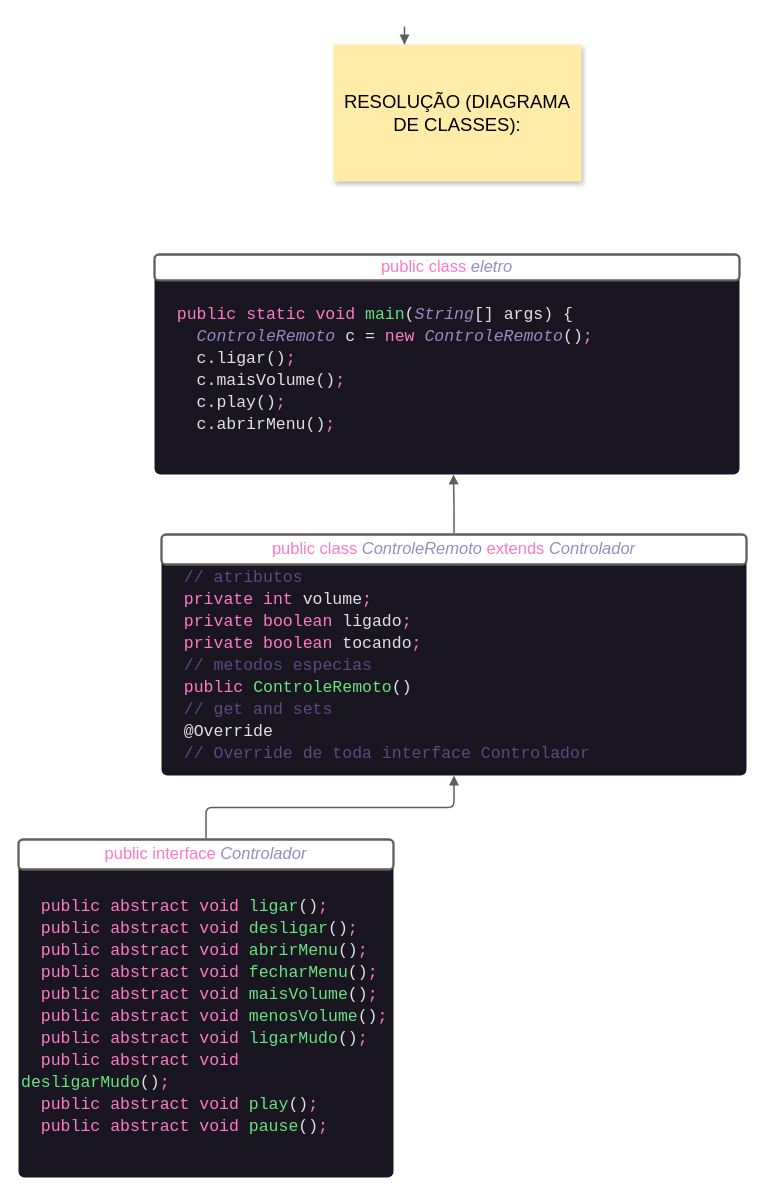
The draw.io diagram ati2/casa/Casa.drawio in ARRETdaniel/Pratica-Prova-Java, before the edit. Source tidied: cells renumbered, new cells numbered last; positions are measured from the earlier drawing's top-left corner, leaving out a move shared by most shapes. Both pictures are drawn from the tidied source at 100%, with x=0, y=0 at pixel (18, 24).
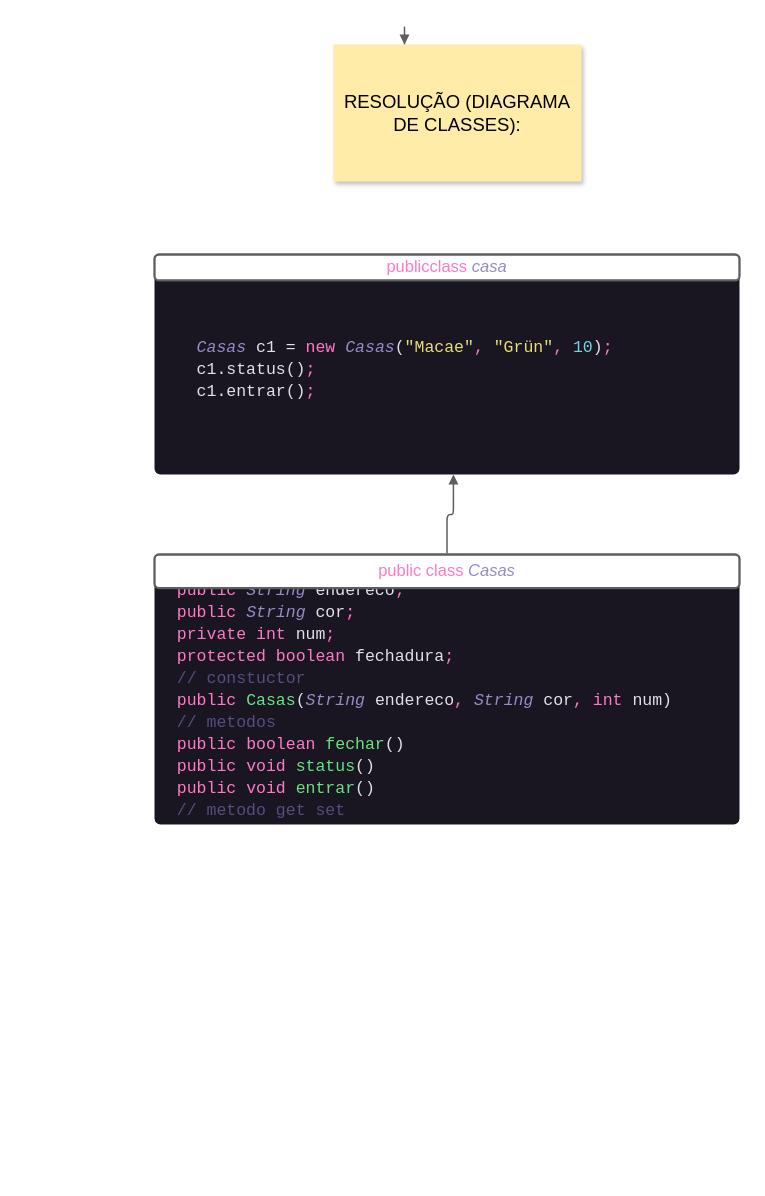
The same diagram, later.

Unchanged cells that the change refers to:
```xml
<mxCell id="6" style="group;" parent="1" vertex="1">
  <mxGeometry x="136" y="230" width="585" height="220" as="geometry" />
</mxCell>
```

Diff of the diagram source:
```diff
@@
     <mxCell id="3" style="group;" parent="1" vertex="1">
-      <mxGeometry x="143" y="510" width="585" height="241" as="geometry" />
+      <mxGeometry x="136" y="530" width="585" height="270" as="geometry" />
     </mxCell>
-    <mxCell id="4" value="&lt;div style=&quot;display: flex ; justify-content: flex-start ; align-items: baseline ; font-size: 0px ; line-height: 1.25 ; margin-top: -2px&quot;&gt;&lt;span&gt;&lt;div style=&quot;color: rgb(225 , 225 , 230) ; background-color: rgb(25 , 22 , 34) ; font-family: &amp;#34;cascadia mono&amp;#34; , &amp;#34;consolas&amp;#34; , &amp;#34;courier new&amp;#34; , monospace ; font-size: 16.5px ; line-height: 22px&quot;&gt;&lt;div style=&quot;font-family: &amp;#34;cascadia mono&amp;#34; , &amp;#34;consolas&amp;#34; , &amp;#34;courier new&amp;#34; , monospace ; line-height: 22px&quot;&gt;&lt;div style=&quot;line-height: 22px&quot;&gt;&lt;div style=&quot;line-height: 22px&quot;&gt;&lt;div style=&quot;line-height: 22px&quot;&gt;&lt;div style=&quot;line-height: 22px&quot;&gt;&lt;div style=&quot;font-family: &amp;#34;cascadia mono&amp;#34; , &amp;#34;consolas&amp;#34; , &amp;#34;courier new&amp;#34; , monospace ; line-height: 22px&quot;&gt;&lt;div&gt;&amp;nbsp; &lt;span style=&quot;color: #5a4b81&quot;&gt;// atributos&lt;/span&gt;&lt;/div&gt;&lt;div&gt;&amp;nbsp; &lt;span style=&quot;color: #ff79c6&quot;&gt;private&lt;/span&gt; &lt;span style=&quot;color: #ff79c6&quot;&gt;int&lt;/span&gt; volume&lt;span style=&quot;color: #ff79c6&quot;&gt;;&lt;/span&gt;&lt;/div&gt;&lt;div&gt;&amp;nbsp; &lt;span style=&quot;color: #ff79c6&quot;&gt;private&lt;/span&gt; &lt;span style=&quot;color: #ff79c6&quot;&gt;boolean&lt;/span&gt; ligado&lt;span style=&quot;color: #ff79c6&quot;&gt;;&lt;/span&gt;&lt;/div&gt;&lt;div&gt;&amp;nbsp; &lt;span style=&quot;color: #ff79c6&quot;&gt;private&lt;/span&gt; &lt;span style=&quot;color: #ff79c6&quot;&gt;boolean&lt;/span&gt; tocando&lt;span style=&quot;color: #ff79c6&quot;&gt;;&lt;/span&gt;&lt;/div&gt;&lt;div&gt;&lt;div style=&quot;font-family: &amp;#34;cascadia mono&amp;#34; , &amp;#34;consolas&amp;#34; , &amp;#34;courier new&amp;#34; , monospace ; line-height: 22px&quot;&gt;&lt;div&gt;&lt;span style=&quot;color: #5a4b81&quot;&gt;&amp;nbsp; // metodos especias&lt;/span&gt;&lt;/div&gt;&lt;div&gt;&amp;nbsp; &lt;span style=&quot;color: #ff79c6&quot;&gt;public&lt;/span&gt; &lt;span style=&quot;color: #67e480&quot;&gt;ControleRemoto&lt;/span&gt;() &lt;/div&gt;&lt;div&gt;&lt;span&gt;&#9;&lt;/span&gt;&lt;span style=&quot;font-family: &amp;#34;cascadia mono&amp;#34; , &amp;#34;consolas&amp;#34; , &amp;#34;courier new&amp;#34; , monospace&quot;&gt;&amp;nbsp; &lt;/span&gt;&lt;span style=&quot;font-family: &amp;#34;cascadia mono&amp;#34; , &amp;#34;consolas&amp;#34; , &amp;#34;courier new&amp;#34; , monospace ; color: rgb(90 , 75 , 129)&quot;&gt;// get and sets&lt;/span&gt;&lt;br&gt;&lt;/div&gt;&lt;div style=&quot;font-family: &amp;#34;cascadia mono&amp;#34; , &amp;#34;consolas&amp;#34; , &amp;#34;courier new&amp;#34; , monospace ; line-height: 22px&quot;&gt;&lt;div&gt;&lt;/div&gt;&lt;/div&gt;&lt;div&gt;&lt;div style=&quot;font-family: &amp;#34;cascadia mono&amp;#34; , &amp;#34;consolas&amp;#34; , &amp;#34;courier new&amp;#34; , monospace ; line-height: 22px&quot;&gt;&amp;nbsp; @Override&lt;br&gt;&lt;span style=&quot;font-family: &amp;#34;cascadia mono&amp;#34; , &amp;#34;consolas&amp;#34; , &amp;#34;courier new&amp;#34; , monospace&quot;&gt;&amp;nbsp;&amp;nbsp;&lt;/span&gt;&lt;span style=&quot;font-family: &amp;#34;cascadia mono&amp;#34; , &amp;#34;consolas&amp;#34; , &amp;#34;courier new&amp;#34; , monospace ; color: rgb(90 , 75 , 129)&quot;&gt;// Override de toda interface Controlador&lt;/span&gt;&lt;br&gt;&lt;/div&gt;&lt;/div&gt;&lt;/div&gt;&lt;/div&gt;&lt;/div&gt;&lt;/div&gt;&lt;/div&gt;&lt;/div&gt;&lt;/div&gt;&lt;/div&gt;&lt;/div&gt;&lt;/span&gt;&lt;/div&gt;" style="html=1;overflow=block;blockSpacing=1;whiteSpace=wrap;whiteSpace=wrap;fontSize=13;fontFamily=Helvetica;spacing=3.8;verticalAlign=middle;strokeOpacity=0;fillOpacity=100;rounded=1;absoluteArcSize=1;arcSize=12;fillColor=#191621;strokeWidth=1.5;align=left;" parent="3" vertex="1">
-      <mxGeometry y="22" width="585" height="219" as="geometry" />
+    <mxCell id="4" value="&lt;div style=&quot;display: flex ; justify-content: flex-start ; align-items: baseline ; font-size: 0px ; line-height: 1.25 ; margin-top: -2px&quot;&gt;&lt;span&gt;&lt;div style=&quot;color: rgb(225 , 225 , 230) ; background-color: rgb(25 , 22 , 34) ; font-family: &amp;#34;cascadia mono&amp;#34; , &amp;#34;consolas&amp;#34; , &amp;#34;courier new&amp;#34; , monospace ; font-size: 16.5px ; line-height: 22px&quot;&gt;&lt;div style=&quot;font-family: &amp;#34;cascadia mono&amp;#34; , &amp;#34;consolas&amp;#34; , &amp;#34;courier new&amp;#34; , monospace ; line-height: 22px&quot;&gt;&lt;div style=&quot;line-height: 22px&quot;&gt;&lt;div style=&quot;line-height: 22px&quot;&gt;&lt;div style=&quot;line-height: 22px&quot;&gt;&lt;div style=&quot;line-height: 22px&quot;&gt;&lt;div style=&quot;font-family: &amp;#34;cascadia mono&amp;#34; , &amp;#34;consolas&amp;#34; , &amp;#34;courier new&amp;#34; , monospace ; line-height: 22px&quot;&gt;&lt;div style=&quot;font-family: &amp;#34;cascadia mono&amp;#34; , &amp;#34;consolas&amp;#34; , &amp;#34;courier new&amp;#34; , monospace ; line-height: 22px&quot;&gt;&lt;div&gt;&amp;nbsp; &lt;span style=&quot;color: #ff79c6&quot;&gt;public&lt;/span&gt; &lt;span style=&quot;color: #988bc7 ; font-style: italic&quot;&gt;String&lt;/span&gt; endereco&lt;span style=&quot;color: #ff79c6&quot;&gt;;&lt;/span&gt;&lt;/div&gt;&lt;div&gt;&amp;nbsp; &lt;span style=&quot;color: #ff79c6&quot;&gt;public&lt;/span&gt; &lt;span style=&quot;color: #988bc7 ; font-style: italic&quot;&gt;String&lt;/span&gt; cor&lt;span style=&quot;color: #ff79c6&quot;&gt;;&lt;/span&gt;&lt;/div&gt;&lt;div&gt;&amp;nbsp; &lt;span style=&quot;color: #ff79c6&quot;&gt;private&lt;/span&gt; &lt;span style=&quot;color: #ff79c6&quot;&gt;int&lt;/span&gt; num&lt;span style=&quot;color: #ff79c6&quot;&gt;;&lt;/span&gt;&lt;/div&gt;&lt;div&gt;&amp;nbsp; &lt;span style=&quot;color: #ff79c6&quot;&gt;protected&lt;/span&gt; &lt;span style=&quot;color: #ff79c6&quot;&gt;boolean&lt;/span&gt; fechadura&lt;span style=&quot;color: #ff79c6&quot;&gt;;&lt;/span&gt;&lt;/div&gt;&lt;div&gt;&lt;div&gt;&lt;div style=&quot;line-height: 22px&quot;&gt;&lt;span style=&quot;color: rgb(90 , 75 , 129)&quot;&gt;&amp;nbsp; // constuctor&lt;/span&gt;&lt;/div&gt;&lt;/div&gt;&lt;div style=&quot;line-height: 22px&quot;&gt;&lt;div style=&quot;font-family: &amp;#34;cascadia mono&amp;#34; , &amp;#34;consolas&amp;#34; , &amp;#34;courier new&amp;#34; , monospace ; line-height: 22px&quot;&gt;&lt;/div&gt;&lt;/div&gt;&lt;/div&gt;&lt;div&gt;&lt;div style=&quot;line-height: 22px&quot;&gt;&amp;nbsp;&amp;nbsp;&lt;span style=&quot;color: #ff79c6&quot;&gt;public&lt;/span&gt; &lt;span style=&quot;color: #67e480&quot;&gt;Casas&lt;/span&gt;(&lt;span style=&quot;color: #988bc7 ; font-style: italic&quot;&gt;String&lt;/span&gt; endereco&lt;span style=&quot;color: #ff79c6&quot;&gt;,&lt;/span&gt; &lt;span style=&quot;color: #988bc7 ; font-style: italic&quot;&gt;String&lt;/span&gt; cor&lt;span style=&quot;color: #ff79c6&quot;&gt;,&lt;/span&gt; &lt;span style=&quot;color: #ff79c6&quot;&gt;int&lt;/span&gt; num)&amp;nbsp;&lt;/div&gt;&lt;/div&gt;&lt;div style=&quot;line-height: 22px&quot;&gt;&lt;div style=&quot;font-family: &amp;#34;cascadia mono&amp;#34; , &amp;#34;consolas&amp;#34; , &amp;#34;courier new&amp;#34; , monospace ; line-height: 22px&quot;&gt;&lt;div&gt;&lt;span style=&quot;color: #5a4b81&quot;&gt;&amp;nbsp; // metodos&lt;/span&gt;&lt;/div&gt;&lt;div&gt;&amp;nbsp; &lt;span style=&quot;color: #ff79c6&quot;&gt;public&lt;/span&gt; &lt;span style=&quot;color: #ff79c6&quot;&gt;boolean&lt;/span&gt; &lt;span style=&quot;color: #67e480&quot;&gt;fechar&lt;/span&gt;()&lt;/div&gt;&lt;div&gt;&lt;div style=&quot;line-height: 22px&quot;&gt;&lt;span style=&quot;color: #ff79c6&quot;&gt;&amp;nbsp; public&lt;/span&gt; &lt;span style=&quot;color: #ff79c6&quot;&gt;void&lt;/span&gt; &lt;span style=&quot;color: #67e480&quot;&gt;status&lt;/span&gt;()&lt;/div&gt;&lt;/div&gt;&lt;div style=&quot;line-height: 22px&quot;&gt;&lt;div style=&quot;line-height: 22px&quot;&gt;&lt;span style=&quot;color: #ff79c6&quot;&gt;&amp;nbsp; public&lt;/span&gt; &lt;span style=&quot;color: #ff79c6&quot;&gt;void&lt;/span&gt; &lt;span style=&quot;color: #67e480&quot;&gt;entrar&lt;/span&gt;()&lt;/div&gt;&lt;div style=&quot;line-height: 22px&quot;&gt;&lt;div style=&quot;line-height: 22px&quot;&gt;&lt;div&gt;&amp;nbsp; &lt;span style=&quot;color: #5a4b81&quot;&gt;// metodo get set&lt;/span&gt;&lt;/div&gt;&lt;div&gt;&lt;/div&gt;&lt;/div&gt;&lt;/div&gt;&lt;/div&gt;&lt;/div&gt;&lt;/div&gt;&lt;/div&gt;&lt;/div&gt;&lt;/div&gt;&lt;/div&gt;&lt;/div&gt;&lt;/div&gt;&lt;/div&gt;&lt;/div&gt;&lt;/span&gt;&lt;/div&gt;" style="html=1;overflow=block;blockSpacing=1;whiteSpace=wrap;whiteSpace=wrap;fontSize=13;fontFamily=Helvetica;spacing=3.8;verticalAlign=middle;strokeOpacity=0;fillOpacity=100;rounded=1;absoluteArcSize=1;arcSize=12;fillColor=#191621;strokeWidth=1.5;align=left;" parent="3" vertex="1">
+      <mxGeometry y="24.6" width="585" height="245.4" as="geometry" />
     </mxCell>
-    <mxCell id="5" value="&lt;div style=&quot;display: flex ; justify-content: center ; text-align: center ; align-items: baseline ; line-height: 1.25 ; margin-top: -2px&quot;&gt;&lt;span style=&quot;font-size: 16.5px ; color: rgb(255 , 121 , 198)&quot;&gt;public&lt;/span&gt;&lt;span style=&quot;font-size: 16.5px ; color: rgb(225 , 225 , 230)&quot;&gt; &lt;/span&gt;&lt;span style=&quot;font-size: 16.5px ; color: rgb(255 , 121 , 198)&quot;&gt;&amp;nbsp;class&lt;/span&gt;&lt;span style=&quot;font-size: 16.5px ; color: rgb(225 , 225 , 230)&quot;&gt;&amp;nbsp;&lt;/span&gt;&lt;span&gt;&lt;span style=&quot;font-size: 16.5px&quot;&gt;&lt;font color=&quot;#988bc7&quot;&gt;&lt;i&gt;ControleRemoto&amp;nbsp;&lt;/i&gt;&lt;/font&gt;&lt;/span&gt;&lt;span style=&quot;font-size: 16.5px&quot;&gt;&lt;font color=&quot;#ff79c6&quot;&gt;extends&amp;nbsp;&lt;/font&gt;&lt;/span&gt;&lt;span style=&quot;font-size: 16.5px&quot;&gt;&lt;font color=&quot;#988bc7&quot;&gt;&lt;i&gt;Controlador&lt;/i&gt;&lt;/font&gt;&lt;/span&gt;&lt;/span&gt;&lt;/div&gt;" style="html=1;overflow=block;blockSpacing=1;whiteSpace=wrap;whiteSpace=wrap;fontSize=13;spacing=3.8;strokeColor=#5e5e5e;strokeOpacity=100;rounded=1;absoluteArcSize=1;arcSize=9;strokeWidth=2.3;" parent="3" vertex="1">
-      <mxGeometry width="585" height="30" as="geometry" />
+    <mxCell id="5" value="&lt;div style=&quot;display: flex ; justify-content: center ; text-align: center ; align-items: baseline ; line-height: 1.25 ; margin-top: -2px&quot;&gt;&lt;span style=&quot;font-size: 16.5px ; color: rgb(255 , 121 , 198)&quot;&gt;public&lt;/span&gt;&lt;span style=&quot;font-size: 16.5px ; color: rgb(225 , 225 , 230)&quot;&gt; &lt;/span&gt;&lt;span style=&quot;font-size: 16.5px ; color: rgb(255 , 121 , 198)&quot;&gt;&amp;nbsp;class&lt;/span&gt;&lt;span style=&quot;font-size: 16.5px ; color: rgb(225 , 225 , 230)&quot;&gt;&amp;nbsp;&lt;/span&gt;&lt;span&gt;&lt;font color=&quot;#988bc7&quot;&gt;&lt;span style=&quot;font-size: 16.5px&quot;&gt;&lt;i&gt;Casas&lt;/i&gt;&lt;/span&gt;&lt;/font&gt;&lt;/span&gt;&lt;/div&gt;" style="html=1;overflow=block;blockSpacing=1;whiteSpace=wrap;whiteSpace=wrap;fontSize=13;spacing=3.8;strokeColor=#5e5e5e;strokeOpacity=100;rounded=1;absoluteArcSize=1;arcSize=9;strokeWidth=2.3;" parent="3" vertex="1">
+      <mxGeometry width="585" height="33.6" as="geometry" />
     </mxCell>
@@
-    <mxCell id="7" value="&lt;div style=&quot;display: flex ; justify-content: flex-start ; align-items: baseline ; font-size: 0px ; line-height: 1.25 ; margin-top: -2px&quot;&gt;&lt;span&gt;&lt;div style=&quot;color: rgb(225 , 225 , 230) ; background-color: rgb(25 , 22 , 34) ; font-family: &amp;#34;cascadia mono&amp;#34; , &amp;#34;consolas&amp;#34; , &amp;#34;courier new&amp;#34; , monospace ; font-size: 16.5px ; line-height: 22px&quot;&gt;&lt;div style=&quot;font-family: &amp;#34;cascadia mono&amp;#34; , &amp;#34;consolas&amp;#34; , &amp;#34;courier new&amp;#34; , monospace ; line-height: 22px&quot;&gt;&lt;div&gt;&amp;nbsp; &lt;span style=&quot;color: #ff79c6&quot;&gt;public&lt;/span&gt; &lt;span style=&quot;color: #ff79c6&quot;&gt;static&lt;/span&gt; &lt;span style=&quot;color: #ff79c6&quot;&gt;void&lt;/span&gt; &lt;span style=&quot;color: #67e480&quot;&gt;main&lt;/span&gt;(&lt;span style=&quot;color: #988bc7 ; font-style: italic&quot;&gt;String&lt;/span&gt;[] args) {&lt;/div&gt;&lt;div&gt;&amp;nbsp; &amp;nbsp; &lt;span style=&quot;color: #988bc7 ; font-style: italic&quot;&gt;ControleRemoto&lt;/span&gt; c = &lt;span style=&quot;color: #ff79c6&quot;&gt;new&lt;/span&gt; &lt;span style=&quot;color: #988bc7 ; font-style: italic&quot;&gt;ControleRemoto&lt;/span&gt;()&lt;span style=&quot;color: #ff79c6&quot;&gt;;&lt;/span&gt;&lt;/div&gt;&lt;div&gt;&amp;nbsp; &amp;nbsp; c.ligar()&lt;span style=&quot;color: #ff79c6&quot;&gt;;&lt;/span&gt;&lt;/div&gt;&lt;div&gt;&amp;nbsp; &amp;nbsp; c.maisVolume()&lt;span style=&quot;color: #ff79c6&quot;&gt;;&lt;/span&gt;&lt;/div&gt;&lt;div&gt;&amp;nbsp; &amp;nbsp; c.play()&lt;span style=&quot;color: #ff79c6&quot;&gt;;&lt;/span&gt;&lt;/div&gt;&lt;div&gt;&amp;nbsp; &amp;nbsp; c.abrirMenu()&lt;span style=&quot;color: #ff79c6&quot;&gt;;&lt;/span&gt;&lt;/div&gt;&lt;/div&gt;&lt;/div&gt;&lt;/span&gt;&lt;/div&gt;" style="html=1;overflow=block;blockSpacing=1;whiteSpace=wrap;whiteSpace=wrap;fontSize=13;fontFamily=Helvetica;spacing=3.8;verticalAlign=middle;strokeOpacity=0;fillOpacity=100;rounded=1;absoluteArcSize=1;arcSize=12;fillColor=#191621;strokeWidth=1.5;align=left;" parent="6" vertex="1">
+    <mxCell id="7" value="&lt;div style=&quot;display: flex ; justify-content: flex-start ; align-items: baseline ; font-size: 0px ; line-height: 1.25 ; margin-top: -2px&quot;&gt;&lt;span&gt;&lt;div style=&quot;color: rgb(225 , 225 , 230) ; background-color: rgb(25 , 22 , 34) ; font-family: &amp;#34;cascadia mono&amp;#34; , &amp;#34;consolas&amp;#34; , &amp;#34;courier new&amp;#34; , monospace ; font-size: 16.5px ; line-height: 22px&quot;&gt;&lt;div style=&quot;font-family: &amp;#34;cascadia mono&amp;#34; , &amp;#34;consolas&amp;#34; , &amp;#34;courier new&amp;#34; , monospace ; line-height: 22px&quot;&gt;&lt;div style=&quot;font-family: &amp;#34;cascadia mono&amp;#34; , &amp;#34;consolas&amp;#34; , &amp;#34;courier new&amp;#34; , monospace ; line-height: 22px&quot;&gt;&lt;div&gt;&amp;nbsp; &amp;nbsp; &lt;span style=&quot;color: #988bc7 ; font-style: italic&quot;&gt;Casas&lt;/span&gt; c1 = &lt;span style=&quot;color: #ff79c6&quot;&gt;new&lt;/span&gt; &lt;span style=&quot;color: #988bc7 ; font-style: italic&quot;&gt;Casas&lt;/span&gt;(&lt;span style=&quot;color: #e7de79&quot;&gt;&quot;Macae&quot;&lt;/span&gt;&lt;span style=&quot;color: #ff79c6&quot;&gt;,&lt;/span&gt; &lt;span style=&quot;color: #e7de79&quot;&gt;&quot;Grün&quot;&lt;/span&gt;&lt;span style=&quot;color: #ff79c6&quot;&gt;,&lt;/span&gt; &lt;span style=&quot;color: #78d1e1&quot;&gt;10&lt;/span&gt;)&lt;span style=&quot;color: #ff79c6&quot;&gt;;&lt;/span&gt;&lt;/div&gt;&lt;div&gt;&amp;nbsp; &amp;nbsp; c1.status()&lt;span style=&quot;color: #ff79c6&quot;&gt;;&lt;/span&gt;&lt;/div&gt;&lt;div&gt;&amp;nbsp; &amp;nbsp; c1.entrar()&lt;span style=&quot;color: #ff79c6&quot;&gt;;&lt;/span&gt;&lt;/div&gt;&lt;/div&gt;&lt;/div&gt;&lt;/div&gt;&lt;/span&gt;&lt;/div&gt;" style="html=1;overflow=block;blockSpacing=1;whiteSpace=wrap;whiteSpace=wrap;fontSize=13;fontFamily=Helvetica;spacing=3.8;verticalAlign=middle;strokeOpacity=0;fillOpacity=100;rounded=1;absoluteArcSize=1;arcSize=12;fillColor=#191621;strokeWidth=1.5;align=left;" parent="6" vertex="1">
       <mxGeometry y="12.9" width="585" height="207.1" as="geometry" />
     </mxCell>
-    <mxCell id="8" value="&lt;div style=&quot;display: flex ; justify-content: center ; text-align: center ; align-items: baseline ; font-size: 0 ; line-height: 1.25 ; margin-top: -2px&quot;&gt;&lt;span&gt;&lt;span style=&quot;font-size: 16.5px ; color: #ff79c6&quot;&gt;public&lt;/span&gt;&lt;span style=&quot;font-size: 16.5px ; color: #e1e1e6&quot;&gt; &lt;/span&gt;&lt;span style=&quot;font-size: 16.5px ; color: #ff79c6&quot;&gt;class&lt;/span&gt;&lt;span style=&quot;font-size: 16.5px ; color: #e1e1e6&quot;&gt;&amp;nbsp;&lt;/span&gt;&lt;span style=&quot;font-size: 16.5px&quot;&gt;&lt;font color=&quot;#988bc7&quot;&gt;&lt;i&gt;eletro&lt;/i&gt;&lt;/font&gt;&lt;/span&gt;&lt;/span&gt;&lt;/div&gt;" style="html=1;overflow=block;blockSpacing=1;whiteSpace=wrap;whiteSpace=wrap;fontSize=13;spacing=3.8;strokeColor=#5e5e5e;strokeOpacity=100;rounded=1;absoluteArcSize=1;arcSize=9;strokeWidth=2.3;" parent="6" vertex="1">
+    <mxCell id="8" value="&lt;div style=&quot;display: flex ; justify-content: center ; text-align: center ; align-items: baseline ; line-height: 1.25 ; margin-top: -2px&quot;&gt;&lt;span style=&quot;font-size: 16.5px ; color: rgb(255 , 121 , 198)&quot;&gt;public&lt;/span&gt;&lt;span style=&quot;font-size: 16.5px ; color: rgb(225 , 225 , 230)&quot;&gt; &lt;/span&gt;&lt;span style=&quot;font-size: 16.5px ; color: rgb(255 , 121 , 198)&quot;&gt;class&lt;/span&gt;&lt;span style=&quot;font-size: 16.5px ; color: rgb(225 , 225 , 230)&quot;&gt;&amp;nbsp;&lt;/span&gt;&lt;span&gt;&lt;font color=&quot;#988bc7&quot;&gt;&lt;span style=&quot;font-size: 16.5px&quot;&gt;&lt;i&gt;casa&lt;/i&gt;&lt;/span&gt;&lt;/font&gt;&lt;/span&gt;&lt;/div&gt;" style="html=1;overflow=block;blockSpacing=1;whiteSpace=wrap;whiteSpace=wrap;fontSize=13;spacing=3.8;strokeColor=#5e5e5e;strokeOpacity=100;rounded=1;absoluteArcSize=1;arcSize=9;strokeWidth=2.3;" parent="6" vertex="1">
       <mxGeometry width="585" height="25.9" as="geometry" />
     </mxCell>
-    <mxCell id="9" style="group;" parent="1" vertex="1">
-      <mxGeometry y="815" width="375" height="338" as="geometry" />
-    </mxCell>
-    <mxCell id="10" value="&lt;div style=&quot;color: rgb(225 , 225 , 230) ; background-color: rgb(25 , 22 , 34) ; font-family: &amp;#34;cascadia mono&amp;#34; , &amp;#34;consolas&amp;#34; , &amp;#34;courier new&amp;#34; , monospace ; font-size: 16.5px ; line-height: 22px&quot;&gt;&lt;div style=&quot;line-height: 22px&quot;&gt;&lt;div style=&quot;line-height: 22px&quot;&gt;&lt;div style=&quot;font-family: &amp;#34;cascadia mono&amp;#34; , &amp;#34;consolas&amp;#34; , &amp;#34;courier new&amp;#34; , monospace ; line-height: 22px&quot;&gt;&lt;div&gt;&amp;nbsp; &lt;span style=&quot;color: #ff79c6&quot;&gt;public&lt;/span&gt; &lt;span style=&quot;color: #ff79c6&quot;&gt;abstract&lt;/span&gt; &lt;span style=&quot;color: #ff79c6&quot;&gt;void&lt;/span&gt; &lt;span style=&quot;color: #67e480&quot;&gt;ligar&lt;/span&gt;()&lt;span style=&quot;color: #ff79c6&quot;&gt;;&lt;/span&gt;&lt;/div&gt;&lt;div&gt;&amp;nbsp; &lt;span style=&quot;color: #ff79c6&quot;&gt;public&lt;/span&gt; &lt;span style=&quot;color: #ff79c6&quot;&gt;abstract&lt;/span&gt; &lt;span style=&quot;color: #ff79c6&quot;&gt;void&lt;/span&gt; &lt;span style=&quot;color: #67e480&quot;&gt;desligar&lt;/span&gt;()&lt;span style=&quot;color: #ff79c6&quot;&gt;;&lt;/span&gt;&lt;/div&gt;&lt;div&gt;&amp;nbsp; &lt;span style=&quot;color: #ff79c6&quot;&gt;public&lt;/span&gt; &lt;span style=&quot;color: #ff79c6&quot;&gt;abstract&lt;/span&gt; &lt;span style=&quot;color: #ff79c6&quot;&gt;void&lt;/span&gt; &lt;span style=&quot;color: #67e480&quot;&gt;abrirMenu&lt;/span&gt;()&lt;span style=&quot;color: #ff79c6&quot;&gt;;&lt;/span&gt;&lt;/div&gt;&lt;div&gt;&amp;nbsp; &lt;span style=&quot;color: #ff79c6&quot;&gt;public&lt;/span&gt; &lt;span style=&quot;color: #ff79c6&quot;&gt;abstract&lt;/span&gt; &lt;span style=&quot;color: #ff79c6&quot;&gt;void&lt;/span&gt; &lt;span style=&quot;color: #67e480&quot;&gt;fecharMenu&lt;/span&gt;()&lt;span style=&quot;color: #ff79c6&quot;&gt;;&lt;/span&gt;&lt;/div&gt;&lt;div&gt;&amp;nbsp; &lt;span style=&quot;color: #ff79c6&quot;&gt;public&lt;/span&gt; &lt;span style=&quot;color: #ff79c6&quot;&gt;abstract&lt;/span&gt; &lt;span style=&quot;color: #ff79c6&quot;&gt;void&lt;/span&gt; &lt;span style=&quot;color: #67e480&quot;&gt;maisVolume&lt;/span&gt;()&lt;span style=&quot;color: #ff79c6&quot;&gt;;&lt;/span&gt;&lt;/div&gt;&lt;div&gt;&amp;nbsp; &lt;span style=&quot;color: #ff79c6&quot;&gt;public&lt;/span&gt; &lt;span style=&quot;color: #ff79c6&quot;&gt;abstract&lt;/span&gt; &lt;span style=&quot;color: #ff79c6&quot;&gt;void&lt;/span&gt; &lt;span style=&quot;color: #67e480&quot;&gt;menosVolume&lt;/span&gt;()&lt;span style=&quot;color: #ff79c6&quot;&gt;;&lt;/span&gt;&lt;/div&gt;&lt;div&gt;&amp;nbsp; &lt;span style=&quot;color: #ff79c6&quot;&gt;public&lt;/span&gt; &lt;span style=&quot;color: #ff79c6&quot;&gt;abstract&lt;/span&gt; &lt;span style=&quot;color: #ff79c6&quot;&gt;void&lt;/span&gt; &lt;span style=&quot;color: #67e480&quot;&gt;ligarMudo&lt;/span&gt;()&lt;span style=&quot;color: #ff79c6&quot;&gt;;&lt;/span&gt;&lt;/div&gt;&lt;div&gt;&amp;nbsp; &lt;span style=&quot;color: #ff79c6&quot;&gt;public&lt;/span&gt; &lt;span style=&quot;color: #ff79c6&quot;&gt;abstract&lt;/span&gt; &lt;span style=&quot;color: #ff79c6&quot;&gt;void&lt;/span&gt; &lt;span style=&quot;color: #67e480&quot;&gt;desligarMudo&lt;/span&gt;()&lt;span style=&quot;color: #ff79c6&quot;&gt;;&lt;/span&gt;&lt;/div&gt;&lt;div&gt;&amp;nbsp; &lt;span style=&quot;color: #ff79c6&quot;&gt;public&lt;/span&gt; &lt;span style=&quot;color: #ff79c6&quot;&gt;abstract&lt;/span&gt; &lt;span style=&quot;color: #ff79c6&quot;&gt;void&lt;/span&gt; &lt;span style=&quot;color: #67e480&quot;&gt;play&lt;/span&gt;()&lt;span style=&quot;color: #ff79c6&quot;&gt;;&lt;/span&gt;&lt;/div&gt;&lt;div&gt;&amp;nbsp; &lt;span style=&quot;color: #ff79c6&quot;&gt;public&lt;/span&gt; &lt;span style=&quot;color: #ff79c6&quot;&gt;abstract&lt;/span&gt; &lt;span style=&quot;color: #ff79c6&quot;&gt;void&lt;/span&gt; &lt;span style=&quot;color: #67e480&quot;&gt;pause&lt;/span&gt;()&lt;span style=&quot;color: #ff79c6&quot;&gt;;&lt;/span&gt;&lt;/div&gt;&lt;/div&gt;&lt;/div&gt;&lt;/div&gt;&lt;/div&gt;" style="html=1;overflow=block;blockSpacing=1;whiteSpace=wrap;whiteSpace=wrap;fontSize=13;fontFamily=Helvetica;spacing=3.8;verticalAlign=middle;strokeOpacity=0;fillOpacity=100;rounded=1;absoluteArcSize=1;arcSize=12;fillColor=#191621;strokeWidth=1.5;align=left;" parent="9" vertex="1">
-      <mxGeometry y="15" width="375" height="323" as="geometry" />
-    </mxCell>
-    <mxCell id="11" value="&lt;div style=&quot;display: flex ; justify-content: center ; text-align: center ; align-items: baseline ; line-height: 1.25 ; margin-top: -2px&quot;&gt;&lt;span style=&quot;font-size: 16.5px ; color: rgb(255 , 121 , 198)&quot;&gt;public&amp;nbsp;&lt;/span&gt;&lt;span&gt;&lt;font color=&quot;#ff79c6&quot;&gt;&lt;span style=&quot;font-size: 16.5px&quot;&gt;interface&lt;/span&gt;&lt;/font&gt;&lt;/span&gt;&lt;span style=&quot;font-size: 16.5px ; color: rgb(225 , 225 , 230)&quot;&gt; &lt;/span&gt;&lt;span style=&quot;font-size: 16.5px ; color: rgb(152 , 139 , 199) ; font-style: italic&quot;&gt;&amp;nbsp;Controlador&lt;/span&gt;&lt;/div&gt;" style="html=1;overflow=block;blockSpacing=1;whiteSpace=wrap;whiteSpace=wrap;fontSize=13;spacing=3.8;strokeColor=#5e5e5e;strokeOpacity=100;rounded=1;absoluteArcSize=1;arcSize=9;strokeWidth=2.3;" parent="9" vertex="1">
-      <mxGeometry width="375" height="30" as="geometry" />
-    </mxCell>
-    <mxCell id="12" style="html=1;jettySize=18;whiteSpace=wrap;overflow=block;blockSpacing=1;fontSize=13;strokeColor=#5E5E5E;strokeWidth=1.5;rounded=1;arcSize=12;edgeStyle=orthogonalEdgeStyle;startArrow=none;endArrow=block;endFill=1;exitX=0.5;exitY=-0.037;exitPerimeter=0;entryX=0.5;entryY=1;entryPerimeter=0;" parent="1" edge="1" source="11" target="4">
-      <mxGeometry relative="1" as="geometry" />
-    </mxCell>
```
